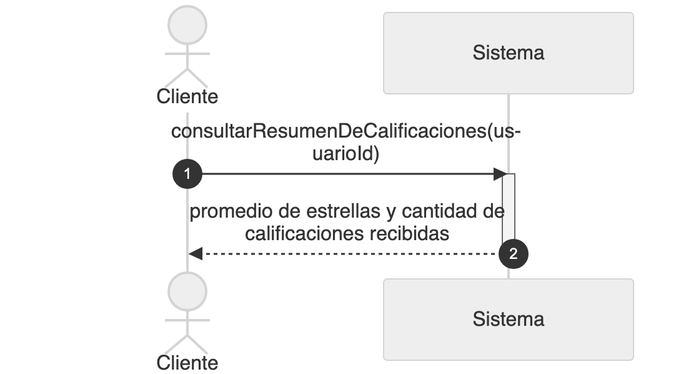
This is diagramas/png/DSS_CU-065_Consultar-Promedio-De-Calificaciones-De-Un-Usuario.png from Nahuelito-Dev/splg-docs, a Mermaid export, as it was before one commit. Its source is kept beside it as diagramas/DSS_CU-065_Consultar-Promedio-De-Calificaciones-De-Un-Usuario.mmd. Its diagram source:
```mermaid
sequenceDiagram
    title DSS — CU-065 Consultar Promedio De Calificaciones De Un Usuario
    autonumber
    actor CLI as Cliente
    participant SIS as Sistema

    CLI->>SIS: consultarResumenDeCalificaciones(usuarioId)
    activate SIS
    SIS-->>CLI: promedio de estrellas y cantidad de calificaciones recibidas
    deactivate SIS
```
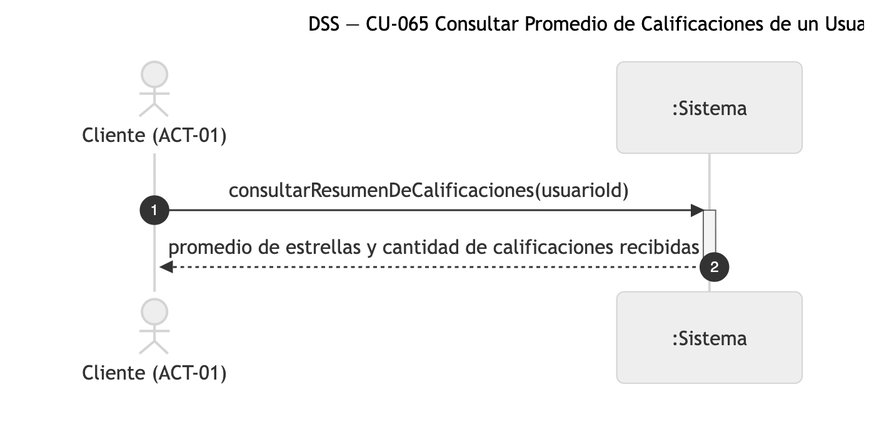
Above is the later version.

Diff of the diagram source:
```diff
@@ -1,8 +1,8 @@
 sequenceDiagram
-    title DSS — CU-065 Consultar Promedio De Calificaciones De Un Usuario
+    title DSS — CU-065 Consultar Promedio de Calificaciones de un Usuario
     autonumber
-    actor CLI as Cliente
-    participant SIS as Sistema
+    actor CLI as Cliente (ACT-01)
+    participant SIS as :Sistema
 
     CLI->>SIS: consultarResumenDeCalificaciones(usuarioId)
     activate SIS
```
